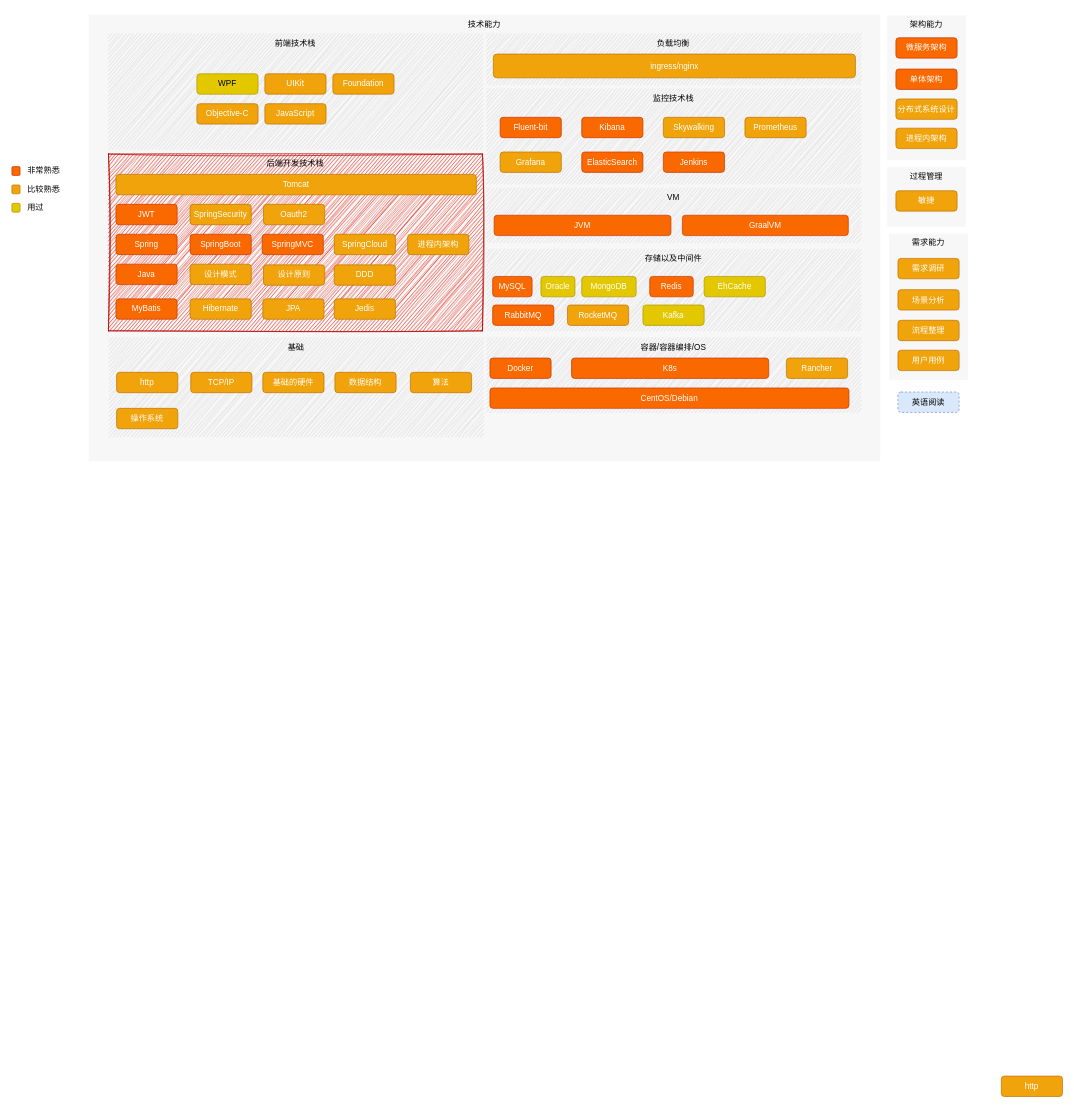
The draw.io diagram page "顶层架构" (1 of 8) of 技术栈.drawio in ProgrammerLZ/accumulate, before the edit. Source tidied: cells renumbered, new cells numbered last; positions are measured from the earlier drawing's top-left corner, leaving out a move shared by most shapes. Both pictures are drawn from the tidied source at 68%, with x=0, y=0 at pixel (12, 14).
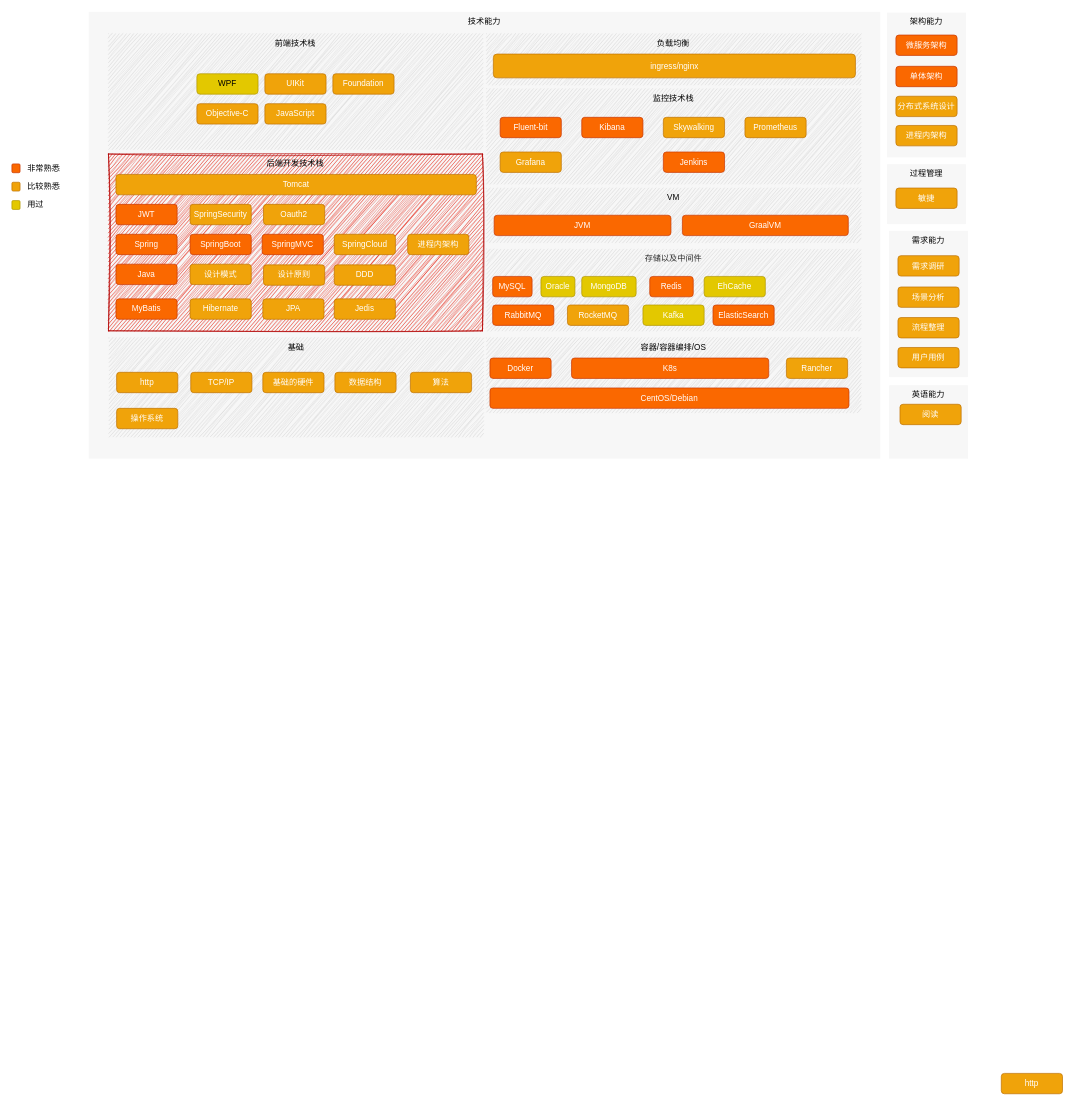
The same diagram, later.

Change to the diagram source:
```diff
@@
+    <mxCell id="55" value="存储以及中间件" style="rounded=0;whiteSpace=wrap;html=1;fillColor=#D6D6D6;strokeColor=none;verticalAlign=top;sketch=1;curveFitting=1;jiggle=2;" parent="1" vertex="1">
+      <mxGeometry x="698" y="345" width="550" height="120" as="geometry" />
+    </mxCell>
     <mxCell id="2" value="架构能力" style="rounded=0;whiteSpace=wrap;html=1;fillColor=#D6D6D6;opacity=20;strokeColor=none;verticalAlign=top;" parent="1" vertex="1">
-      <mxGeometry x="1287" y="1" width="116" height="213" as="geometry" />
+      <mxGeometry x="1287" y="-3" width="116" height="213" as="geometry" />
     </mxCell>
     <mxCell id="3" value="需求能力" style="rounded=0;whiteSpace=wrap;html=1;fillColor=#D6D6D6;opacity=20;strokeColor=none;verticalAlign=top;" parent="1" vertex="1">
-      <mxGeometry x="1290" y="322" width="116" height="215" as="geometry" />
+      <mxGeometry x="1290" y="318" width="116" height="215" as="geometry" />
     </mxCell>
     <mxCell id="4" value="过程管理" style="rounded=0;whiteSpace=wrap;html=1;fillColor=#D6D6D6;opacity=20;strokeColor=none;verticalAlign=top;" parent="1" vertex="1">
-      <mxGeometry x="1287" y="224" width="116" height="88" as="geometry" />
+      <mxGeometry x="1287" y="220" width="116" height="88" as="geometry" />
     </mxCell>
     <mxCell id="5" value="技术能力" style="rounded=0;whiteSpace=wrap;html=1;fillColor=#D6D6D6;opacity=20;strokeColor=none;verticalAlign=top;" parent="1" vertex="1">
-      <mxGeometry x="113" width="1164" height="657" as="geometry" />
+      <mxGeometry x="113" y="-4" width="1164" height="657" as="geometry" />
     </mxCell>
@@
     <mxCell id="14" value="微服务架构" style="rounded=1;whiteSpace=wrap;html=1;fillColor=#fa6800;fontColor=#FFFFFF;strokeColor=#C73500;" parent="1" vertex="1">
-      <mxGeometry x="1300" y="34" width="90" height="30" as="geometry" />
+      <mxGeometry x="1300" y="30" width="90" height="30" as="geometry" />
     </mxCell>
     <mxCell id="15" value="单体架构" style="rounded=1;whiteSpace=wrap;html=1;fillColor=#fa6800;fontColor=#FFFFFF;strokeColor=#C73500;" parent="1" vertex="1">
-      <mxGeometry x="1300" y="80" width="90" height="30" as="geometry" />
+      <mxGeometry x="1300" y="76" width="90" height="30" as="geometry" />
     </mxCell>
     <mxCell id="16" value="http" style="rounded=1;whiteSpace=wrap;html=1;fillColor=#f0a30a;fontColor=#FFFFFF;strokeColor=#BD7000;" parent="1" vertex="1">
-      <mxGeometry x="1455" y="1561" width="90" height="30" as="geometry" />
+      <mxGeometry x="1455" y="1557" width="90" height="30" as="geometry" />
     </mxCell>
     <mxCell id="17" value="分布式系统设计" style="rounded=1;whiteSpace=wrap;html=1;fillColor=#f0a30a;fontColor=#FFFFFF;strokeColor=#BD7000;" parent="1" vertex="1">
-      <mxGeometry x="1300" y="124" width="90" height="30" as="geometry" />
+      <mxGeometry x="1300" y="120" width="90" height="30" as="geometry" />
     </mxCell>
     <mxCell id="18" style="rounded=1;whiteSpace=wrap;html=1;fillColor=#fa6800;fontColor=#FFFFFF;strokeColor=#C73500;" parent="1" vertex="1">
-      <mxGeometry y="223.5" width="12" height="13" as="geometry" />
+      <mxGeometry y="219.5" width="12" height="13" as="geometry" />
     </mxCell>
     <mxCell id="19" value="敏捷" style="rounded=1;whiteSpace=wrap;html=1;fillColor=#f0a30a;fontColor=#FFFFFF;strokeColor=#BD7000;" parent="1" vertex="1">
-      <mxGeometry x="1300" y="259" width="90" height="30" as="geometry" />
+      <mxGeometry x="1300" y="255" width="90" height="30" as="geometry" />
     </mxCell>
     <mxCell id="20" value="需求调研" style="rounded=1;whiteSpace=wrap;html=1;fillColor=#f0a30a;fontColor=#FFFFFF;strokeColor=#BD7000;" parent="1" vertex="1">
-      <mxGeometry x="1303" y="358.5" width="90" height="30" as="geometry" />
+      <mxGeometry x="1303" y="354.5" width="90" height="30" as="geometry" />
     </mxCell>
     <mxCell id="21" value="ElasticSearch" style="rounded=1;whiteSpace=wrap;html=1;fillColor=#fa6800;fontColor=#FFFFFF;strokeColor=#C73500;" parent="1" vertex="1">
-      <mxGeometry x="838" y="202" width="90" height="30" as="geometry" />
+      <mxGeometry x="1031" y="427" width="90" height="30" as="geometry" />
     </mxCell>
@@
     <mxCell id="28" value="场景分析" style="rounded=1;whiteSpace=wrap;html=1;fillColor=#f0a30a;fontColor=#FFFFFF;strokeColor=#BD7000;" parent="1" vertex="1">
-      <mxGeometry x="1303" y="404.5" width="90" height="30" as="geometry" />
+      <mxGeometry x="1303" y="400.5" width="90" height="30" as="geometry" />
     </mxCell>
@@
-    <mxCell id="55" value="存储以及中间件" style="rounded=0;whiteSpace=wrap;html=1;fillColor=#D6D6D6;strokeColor=none;verticalAlign=top;sketch=1;curveFitting=1;jiggle=2;" parent="1" vertex="1">
-      <mxGeometry x="698" y="345" width="550" height="120" as="geometry" />
-    </mxCell>
@@
     <mxCell id="72" value="流程整理" style="rounded=1;whiteSpace=wrap;html=1;fillColor=#f0a30a;fontColor=#FFFFFF;strokeColor=#BD7000;" parent="1" vertex="1">
-      <mxGeometry x="1303" y="449.5" width="90" height="30" as="geometry" />
+      <mxGeometry x="1303" y="445.5" width="90" height="30" as="geometry" />
     </mxCell>
     <mxCell id="73" value="用户用例" style="rounded=1;whiteSpace=wrap;html=1;fillColor=#f0a30a;fontColor=#FFFFFF;strokeColor=#BD7000;" parent="1" vertex="1">
-      <mxGeometry x="1303" y="493.5" width="90" height="30" as="geometry" />
+      <mxGeometry x="1303" y="489.5" width="90" height="30" as="geometry" />
     </mxCell>
     <mxCell id="74" value="进程内架构" style="rounded=1;whiteSpace=wrap;html=1;fillColor=#f0a30a;fontColor=#FFFFFF;strokeColor=#BD7000;" parent="1" vertex="1">
-      <mxGeometry x="1300" y="167" width="90" height="30" as="geometry" />
+      <mxGeometry x="1300" y="163" width="90" height="30" as="geometry" />
     </mxCell>
     <mxCell id="75" value="&lt;span style=&quot;&quot;&gt;非常熟悉&lt;/span&gt;" style="text;html=1;align=left;verticalAlign=middle;whiteSpace=wrap;rounded=0;fontColor=#000000;" parent="1" vertex="1">
-      <mxGeometry x="21" y="215" width="60" height="30" as="geometry" />
+      <mxGeometry x="21" y="211" width="60" height="30" as="geometry" />
     </mxCell>
     <mxCell id="76" style="rounded=1;whiteSpace=wrap;html=1;fillColor=#f0a30a;fontColor=#000000;strokeColor=#BD7000;" parent="1" vertex="1">
-      <mxGeometry y="250.5" width="12" height="13" as="geometry" />
+      <mxGeometry y="246.5" width="12" height="13" as="geometry" />
     </mxCell>
     <mxCell id="77" value="&lt;span style=&quot;&quot;&gt;比较熟悉&lt;/span&gt;" style="text;html=1;align=left;verticalAlign=middle;whiteSpace=wrap;rounded=0;fontColor=#000000;" parent="1" vertex="1">
-      <mxGeometry x="21" y="242" width="60" height="30" as="geometry" />
+      <mxGeometry x="21" y="238" width="60" height="30" as="geometry" />
     </mxCell>
     <mxCell id="78" style="rounded=1;whiteSpace=wrap;html=1;fillColor=#e3c800;fontColor=#000000;strokeColor=#B09500;" parent="1" vertex="1">
-      <mxGeometry y="277.5" width="12" height="13" as="geometry" />
+      <mxGeometry y="273.5" width="12" height="13" as="geometry" />
     </mxCell>
     <mxCell id="79" value="&lt;span style=&quot;&quot;&gt;用过&lt;/span&gt;" style="text;html=1;align=left;verticalAlign=middle;whiteSpace=wrap;rounded=0;fontColor=#000000;" parent="1" vertex="1">
-      <mxGeometry x="21" y="269" width="60" height="30" as="geometry" />
+      <mxGeometry x="21" y="265" width="60" height="30" as="geometry" />
     </mxCell>
-    <mxCell id="80" value="英语阅读" style="rounded=1;whiteSpace=wrap;html=1;fillColor=#dae8fc;strokeColor=#6c8ebf;dashed=1;fontColor=#000000;" parent="1" vertex="1">
-      <mxGeometry x="1303" y="555" width="90" height="30" as="geometry" />
-    </mxCell>
@@
+    <mxCell id="82" value="英语能力" style="rounded=0;whiteSpace=wrap;html=1;fillColor=#D6D6D6;opacity=20;strokeColor=none;verticalAlign=top;" parent="1" vertex="1">
+      <mxGeometry x="1290" y="545" width="116" height="108" as="geometry" />
+    </mxCell>
+    <mxCell id="83" value="阅读" style="rounded=1;whiteSpace=wrap;html=1;fillColor=#f0a30a;fontColor=#FFFFFF;strokeColor=#BD7000;" parent="1" vertex="1">
+      <mxGeometry x="1306" y="573" width="90" height="30" as="geometry" />
+    </mxCell>
```
